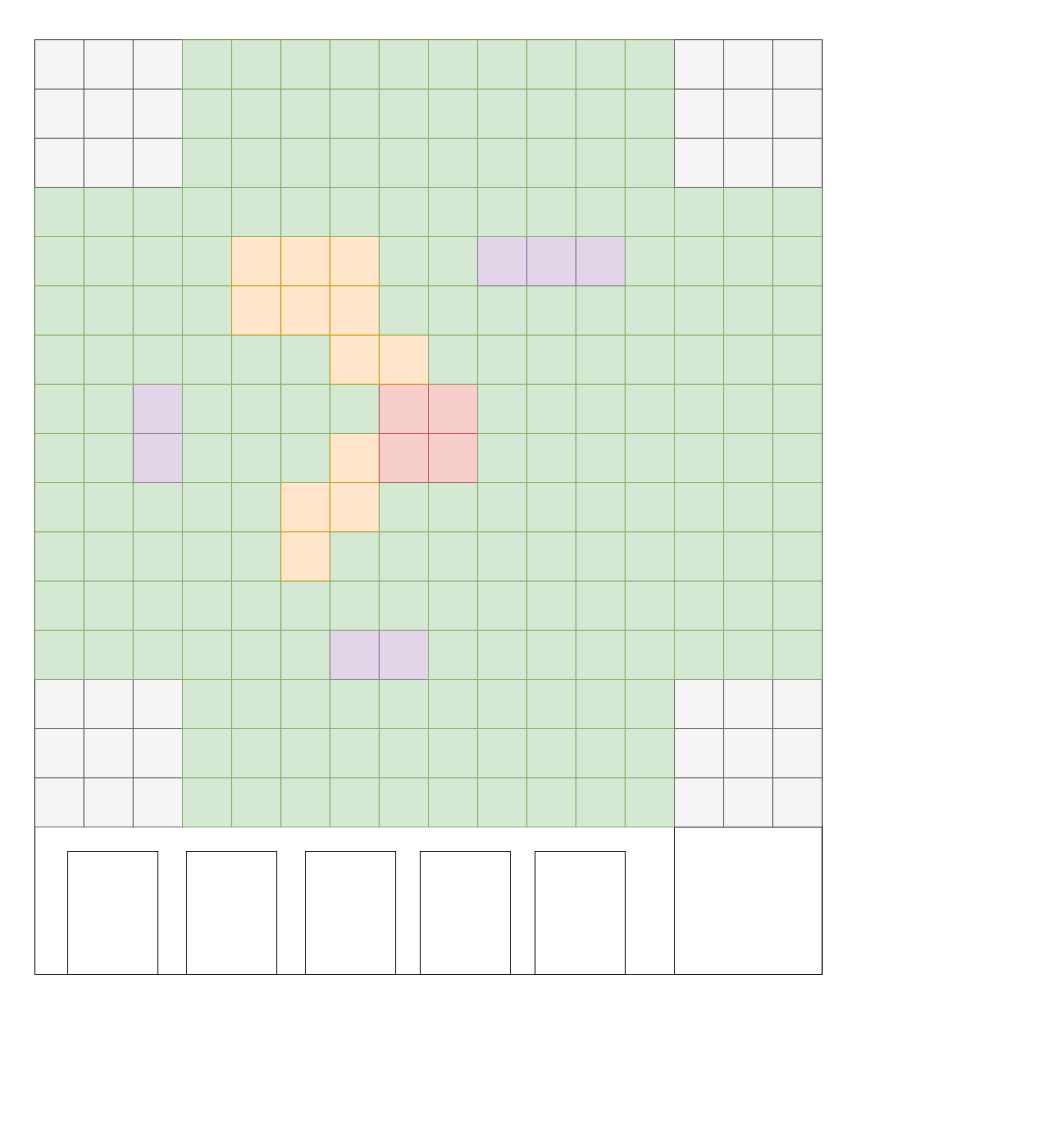
Earlier version of the draw.io diagram docs/full-gameboard.drawio (Fight-Fire-With-Scala/Scala-Fire-Tower). Source tidied: cells renumbered, new cells numbered last; positions are measured from the earlier drawing's top-left corner, leaving out a move shared by most shapes. Both pictures are drawn from the tidied source at 82%, with x=0, y=0 at pixel (34, 39).
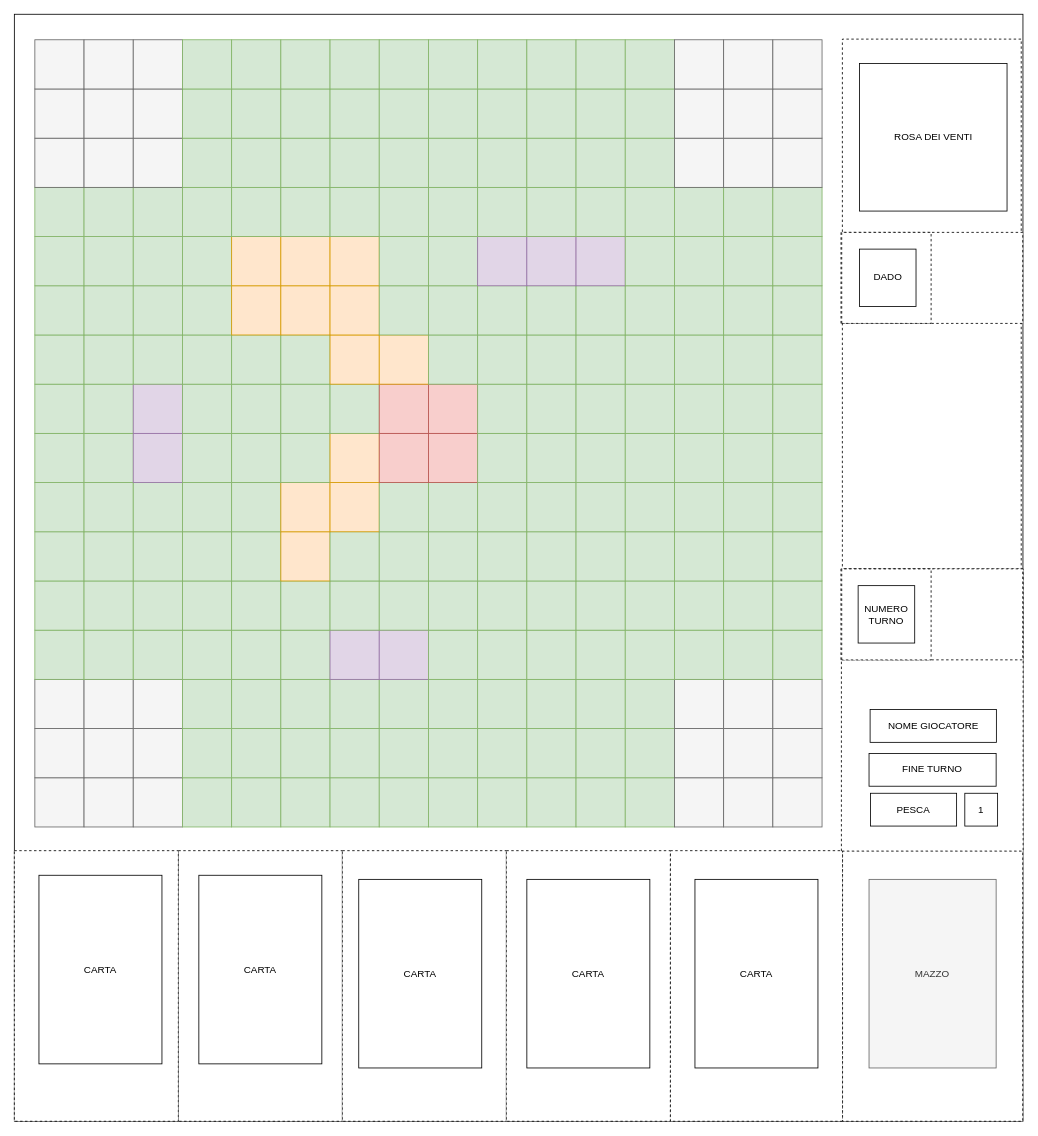
The same page after the edit.

Commit message (it also covers changes not shown here):
docs: update the gameboard diagram

What changed in the source:
```diff
@@
     <mxCell id="2" style="rounded=0;whiteSpace=wrap;html=1;" parent="1" vertex="1">
-      <mxGeometry width="960" height="1140" as="geometry" />
+      <mxGeometry x="-25" y="-31.1" width="1230" height="1350" as="geometry" />
     </mxCell>
-    <mxCell id="3" style="rounded=0;whiteSpace=wrap;html=1;" parent="1" vertex="1">
-      <mxGeometry x="780" y="960" width="180" height="180" as="geometry" />
-    </mxCell>
@@
+    <mxCell id="265" style="rounded=0;whiteSpace=wrap;html=1;dashed=1;rotation=-90;" parent="1" vertex="1">
+      <mxGeometry x="598.3" y="385.7" width="991.1" height="218.1" as="geometry" />
+    </mxCell>
@@
+    <mxCell id="266" style="rounded=0;whiteSpace=wrap;html=1;dashed=1;" parent="1" vertex="1">
+      <mxGeometry x="775" y="988.9" width="210" height="330" as="geometry" />
+    </mxCell>
+    <mxCell id="267" style="rounded=0;whiteSpace=wrap;html=1;dashed=1;" parent="1" vertex="1">
+      <mxGeometry x="175" y="988.9" width="200" height="330" as="geometry" />
+    </mxCell>
+    <mxCell id="268" style="rounded=0;whiteSpace=wrap;html=1;dashed=1;" parent="1" vertex="1">
+      <mxGeometry x="375" y="988.9" width="200" height="330" as="geometry" />
+    </mxCell>
+    <mxCell id="269" style="rounded=0;whiteSpace=wrap;html=1;dashed=1;" parent="1" vertex="1">
+      <mxGeometry x="575" y="988.9" width="200" height="330" as="geometry" />
+    </mxCell>
+    <mxCell id="270" style="rounded=0;whiteSpace=wrap;html=1;dashed=1;" parent="1" vertex="1">
+      <mxGeometry x="-25" y="988.9" width="200" height="330" as="geometry" />
+    </mxCell>
-    <mxCell id="260" style="rounded=0;whiteSpace=wrap;html=1;" parent="1" vertex="1">
-      <mxGeometry x="40" y="990" width="110" height="150" as="geometry" />
+    <mxCell id="260" value="CARTA" style="rounded=0;whiteSpace=wrap;html=1;" parent="1" vertex="1">
+      <mxGeometry x="5" y="1018.9" width="150" height="230" as="geometry" />
     </mxCell>
-    <mxCell id="261" style="rounded=0;whiteSpace=wrap;html=1;" parent="1" vertex="1">
-      <mxGeometry x="185" y="990" width="110" height="150" as="geometry" />
-    </mxCell>
-    <mxCell id="262" style="rounded=0;whiteSpace=wrap;html=1;" parent="1" vertex="1">
-      <mxGeometry x="330" y="990" width="110" height="150" as="geometry" />
-    </mxCell>
-    <mxCell id="263" style="rounded=0;whiteSpace=wrap;html=1;" parent="1" vertex="1">
-      <mxGeometry x="470" y="990" width="110" height="150" as="geometry" />
-    </mxCell>
-    <mxCell id="264" style="rounded=0;whiteSpace=wrap;html=1;" parent="1" vertex="1">
-      <mxGeometry x="610" y="990" width="110" height="150" as="geometry" />
-    </mxCell>
+    <mxCell id="271" value="CARTA" style="rounded=0;whiteSpace=wrap;html=1;" parent="1" vertex="1">
+      <mxGeometry x="395" y="1023.9" width="150" height="230" as="geometry" />
+    </mxCell>
+    <mxCell id="272" value="CARTA" style="rounded=0;whiteSpace=wrap;html=1;" parent="1" vertex="1">
+      <mxGeometry x="200" y="1018.9" width="150" height="230" as="geometry" />
+    </mxCell>
+    <mxCell id="273" value="CARTA" style="rounded=0;whiteSpace=wrap;html=1;" parent="1" vertex="1">
+      <mxGeometry x="600" y="1023.9" width="150" height="230" as="geometry" />
+    </mxCell>
+    <mxCell id="274" value="CARTA" style="rounded=0;whiteSpace=wrap;html=1;" parent="1" vertex="1">
+      <mxGeometry x="805" y="1023.9" width="150" height="230" as="geometry" />
+    </mxCell>
+    <mxCell id="275" style="rounded=0;whiteSpace=wrap;html=1;dashed=1;" parent="1" vertex="1">
+      <mxGeometry x="985" y="988.9" width="219.7" height="330" as="geometry" />
+    </mxCell>
+    <mxCell id="276" value="MAZZO" style="rounded=0;whiteSpace=wrap;html=1;fillColor=#f5f5f5;fontColor=#333333;strokeColor=#666666;" parent="1" vertex="1">
+      <mxGeometry x="1017.3" y="1023.9" width="155" height="230" as="geometry" />
+    </mxCell>
+    <mxCell id="277" style="rounded=0;whiteSpace=wrap;html=1;dashed=1;rotation=-90;" parent="1" vertex="1">
+      <mxGeometry x="922.3" y="706.5" width="344.2" height="221.6" as="geometry" />
+    </mxCell>
+    <mxCell id="278" value="NOME GIOCATORE" style="rounded=0;whiteSpace=wrap;html=1;" parent="1" vertex="1">
+      <mxGeometry x="1018.6" y="816.8" width="154" height="40" as="geometry" />
+    </mxCell>
+    <mxCell id="279" value="FINE TURNO" style="rounded=0;whiteSpace=wrap;html=1;" parent="1" vertex="1">
+      <mxGeometry x="1017.3" y="870.3" width="155" height="40" as="geometry" />
+    </mxCell>
+    <mxCell id="280" value="PESCA" style="rounded=0;whiteSpace=wrap;html=1;" parent="1" vertex="1">
+      <mxGeometry x="1019.1" y="918.9" width="105" height="40" as="geometry" />
+    </mxCell>
+    <mxCell id="281" value="1" style="rounded=0;whiteSpace=wrap;html=1;" parent="1" vertex="1">
+      <mxGeometry x="1134.1" y="918.9" width="40" height="40" as="geometry" />
+    </mxCell>
+    <mxCell id="3" value="ROSA DEI VENTI" style="rounded=0;whiteSpace=wrap;html=1;" parent="1" vertex="1">
+      <mxGeometry x="1005.6" y="28.9" width="180" height="180" as="geometry" />
+    </mxCell>
+    <mxCell id="282" style="rounded=0;whiteSpace=wrap;html=1;dashed=1;rotation=-90;" parent="1" vertex="1">
+      <mxGeometry x="1038.4" y="179.6" width="111" height="221.6" as="geometry" />
+    </mxCell>
+    <mxCell id="283" style="rounded=0;whiteSpace=wrap;html=1;dashed=1;rotation=-90;" parent="1" vertex="1">
+      <mxGeometry x="983" y="235.9" width="111" height="109" as="geometry" />
+    </mxCell>
+    <mxCell id="284" value="DADO" style="rounded=0;whiteSpace=wrap;html=1;" parent="1" vertex="1">
+      <mxGeometry x="1005.6" y="255.3" width="69" height="70" as="geometry" />
+    </mxCell>
+    <mxCell id="285" style="rounded=0;whiteSpace=wrap;html=1;dashed=1;rotation=-90;" parent="1" vertex="1">
+      <mxGeometry x="1038.4" y="589.9" width="111" height="221.6" as="geometry" />
+    </mxCell>
+    <mxCell id="286" style="rounded=0;whiteSpace=wrap;html=1;dashed=1;rotation=-90;" parent="1" vertex="1">
+      <mxGeometry x="983" y="646.3" width="111" height="109" as="geometry" />
+    </mxCell>
+    <mxCell id="287" value="NUMERO TURNO" style="rounded=0;whiteSpace=wrap;html=1;" parent="1" vertex="1">
+      <mxGeometry x="1004" y="665.7" width="69" height="70" as="geometry" />
+    </mxCell>
```
